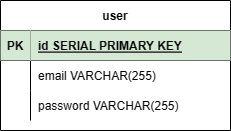
Before: erd.drawio.png, a diagram exported from draw.io (JonDmc/Project2). Source tidied: cells renumbered, new cells last; positions are measured from the earlier drawing's top-left corner, leaving out a move shared by most shapes. The source it was exported from:
```xml
<mxGraphModel>
  <root>
    <mxCell id="0" />
    <mxCell id="1" parent="0" />
    <mxCell id="2" value="user" style="shape=table;startSize=30;rowLines=0;fontStyle=1;align=center;" parent="1" vertex="1">
      <mxGeometry width="230" height="130" as="geometry" />
    </mxCell>
    <mxCell id="3" style="shape=tableRow;horizontal=0;startSize=0;swimlaneHead=0;swimlaneBody=0;fillColor=none;points=[[0,0.5],[1,0.5]];portConstraint=eastwest;top=0;left=0;right=0;bottom=1;" parent="2" vertex="1">
      <mxGeometry y="30" width="230" height="30" as="geometry" />
    </mxCell>
    <mxCell id="4" value="PK" style="shape=partialRectangle;fillColor=#d5e8d4;top=0;left=0;bottom=0;right=0;fontStyle=1;overflow=hidden;strokeColor=#82b366;" parent="3" vertex="1">
      <mxGeometry width="30" height="30" as="geometry" />
    </mxCell>
    <mxCell id="5" value="id SERIAL PRIMARY KEY" style="shape=partialRectangle;fillColor=#d5e8d4;top=0;left=0;bottom=0;right=0;align=left;spacingLeft=6;fontStyle=5;overflow=hidden;strokeColor=#82b366;" parent="3" vertex="1">
      <mxGeometry x="30" width="200" height="30" as="geometry" />
    </mxCell>
    <mxCell id="6" style="shape=tableRow;horizontal=0;startSize=0;swimlaneHead=0;swimlaneBody=0;fillColor=none;top=0;left=0;right=0;bottom=0;" parent="2" vertex="1">
      <mxGeometry y="60" width="230" height="30" as="geometry" />
    </mxCell>
    <mxCell id="7" style="shape=partialRectangle;fillColor=none;top=0;left=0;bottom=0;right=0;overflow=hidden;" parent="6" vertex="1">
      <mxGeometry width="30" height="30" as="geometry" />
    </mxCell>
    <mxCell id="8" value="email VARCHAR(255)" style="shape=partialRectangle;fillColor=none;top=0;left=0;bottom=0;right=0;align=left;spacingLeft=6;overflow=hidden;" parent="6" vertex="1">
      <mxGeometry x="30" width="200" height="30" as="geometry" />
    </mxCell>
    <mxCell id="9" style="shape=tableRow;horizontal=0;startSize=0;swimlaneHead=0;swimlaneBody=0;fillColor=none;top=0;left=0;right=0;bottom=0;" parent="2" vertex="1">
      <mxGeometry y="90" width="230" height="30" as="geometry" />
    </mxCell>
    <mxCell id="10" style="shape=partialRectangle;fillColor=none;top=0;left=0;bottom=0;right=0;overflow=hidden;" parent="9" vertex="1">
      <mxGeometry width="30" height="30" as="geometry" />
    </mxCell>
    <mxCell id="11" value="password VARCHAR(255)" style="shape=partialRectangle;fillColor=none;top=0;left=0;bottom=0;right=0;align=left;spacingLeft=6;overflow=hidden;" parent="9" vertex="1">
      <mxGeometry x="30" width="200" height="30" as="geometry" />
    </mxCell>
  </root>
</mxGraphModel>
```
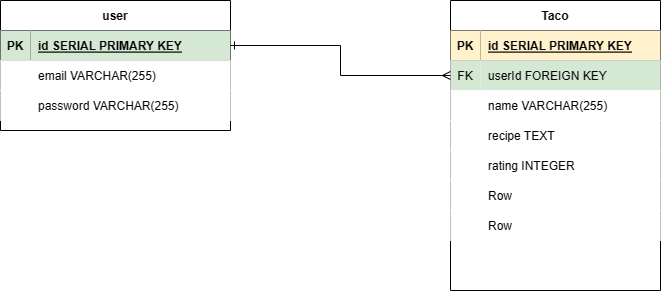
The same diagram one commit later.

What changed in the source:
```diff
@@ -14,23 +14,92 @@
     <mxCell id="5" value="id SERIAL PRIMARY KEY" style="shape=partialRectangle;fillColor=#d5e8d4;top=0;left=0;bottom=0;right=0;align=left;spacingLeft=6;fontStyle=5;overflow=hidden;strokeColor=#82b366;" parent="3" vertex="1">
       <mxGeometry x="30" width="200" height="30" as="geometry" />
     </mxCell>
-    <mxCell id="6" style="shape=tableRow;horizontal=0;startSize=0;swimlaneHead=0;swimlaneBody=0;fillColor=none;top=0;left=0;right=0;bottom=0;" parent="2" vertex="1">
+    <mxCell id="6" style="shape=tableRow;horizontal=0;startSize=0;swimlaneHead=0;swimlaneBody=0;top=0;left=0;right=0;bottom=0;" parent="2" vertex="1">
       <mxGeometry y="60" width="230" height="30" as="geometry" />
     </mxCell>
-    <mxCell id="7" style="shape=partialRectangle;fillColor=none;top=0;left=0;bottom=0;right=0;overflow=hidden;" parent="6" vertex="1">
+    <mxCell id="7" style="shape=partialRectangle;top=0;left=0;bottom=0;right=0;overflow=hidden;" parent="6" vertex="1">
       <mxGeometry width="30" height="30" as="geometry" />
     </mxCell>
-    <mxCell id="8" value="email VARCHAR(255)" style="shape=partialRectangle;fillColor=none;top=0;left=0;bottom=0;right=0;align=left;spacingLeft=6;overflow=hidden;" parent="6" vertex="1">
+    <mxCell id="8" value="email VARCHAR(255)" style="shape=partialRectangle;top=0;left=0;bottom=0;right=0;align=left;spacingLeft=6;overflow=hidden;" parent="6" vertex="1">
       <mxGeometry x="30" width="200" height="30" as="geometry" />
     </mxCell>
-    <mxCell id="9" style="shape=tableRow;horizontal=0;startSize=0;swimlaneHead=0;swimlaneBody=0;fillColor=none;top=0;left=0;right=0;bottom=0;" parent="2" vertex="1">
+    <mxCell id="9" style="shape=tableRow;horizontal=0;startSize=0;swimlaneHead=0;swimlaneBody=0;top=0;left=0;right=0;bottom=0;" parent="2" vertex="1">
       <mxGeometry y="90" width="230" height="30" as="geometry" />
     </mxCell>
-    <mxCell id="10" style="shape=partialRectangle;fillColor=none;top=0;left=0;bottom=0;right=0;overflow=hidden;" parent="9" vertex="1">
+    <mxCell id="10" style="shape=partialRectangle;top=0;left=0;bottom=0;right=0;overflow=hidden;" parent="9" vertex="1">
       <mxGeometry width="30" height="30" as="geometry" />
     </mxCell>
-    <mxCell id="11" value="password VARCHAR(255)" style="shape=partialRectangle;fillColor=none;top=0;left=0;bottom=0;right=0;align=left;spacingLeft=6;overflow=hidden;" parent="9" vertex="1">
+    <mxCell id="11" value="password VARCHAR(255)" style="shape=partialRectangle;top=0;left=0;bottom=0;right=0;align=left;spacingLeft=6;overflow=hidden;" parent="9" vertex="1">
       <mxGeometry x="30" width="200" height="30" as="geometry" />
     </mxCell>
+    <mxCell id="12" value="Taco" style="shape=table;startSize=30;rowLines=0;fontStyle=1;align=center;" parent="1" vertex="1">
+      <mxGeometry x="450" width="210" height="290" as="geometry" />
+    </mxCell>
+    <mxCell id="13" style="shape=tableRow;horizontal=0;startSize=0;swimlaneHead=0;swimlaneBody=0;fillColor=none;top=0;left=0;right=0;bottom=1;" parent="12" vertex="1">
+      <mxGeometry y="30" width="210" height="30" as="geometry" />
+    </mxCell>
+    <mxCell id="14" value="PK" style="shape=partialRectangle;fillColor=#fff2cc;top=0;left=0;bottom=0;right=0;fontStyle=1;overflow=hidden;strokeColor=#d6b656;" parent="13" vertex="1">
+      <mxGeometry width="30" height="30" as="geometry" />
+    </mxCell>
+    <mxCell id="15" value="id SERIAL PRIMARY KEY" style="shape=partialRectangle;fillColor=#fff2cc;top=0;left=0;bottom=0;right=0;align=left;spacingLeft=6;fontStyle=5;overflow=hidden;strokeColor=#d6b656;" parent="13" vertex="1">
+      <mxGeometry x="30" width="180" height="30" as="geometry" />
+    </mxCell>
+    <mxCell id="16" style="shape=tableRow;horizontal=0;startSize=0;swimlaneHead=0;swimlaneBody=0;points=[[0,0.5],[1,0.5]];portConstraint=eastwest;top=0;left=0;right=0;bottom=0;" parent="12" vertex="1">
+      <mxGeometry y="60" width="210" height="30" as="geometry" />
+    </mxCell>
+    <mxCell id="17" value="FK" style="shape=partialRectangle;top=0;left=0;bottom=0;right=0;fontStyle=0;overflow=hidden;fillColor=#d5e8d4;strokeColor=#82b366;" parent="16" vertex="1">
+      <mxGeometry width="30" height="30" as="geometry" />
+    </mxCell>
+    <mxCell id="18" value="userId FOREIGN KEY" style="shape=partialRectangle;top=0;left=0;bottom=0;right=0;align=left;spacingLeft=6;fontStyle=0;overflow=hidden;fillColor=#d5e8d4;strokeColor=#82b366;" parent="16" vertex="1">
+      <mxGeometry x="30" width="180" height="30" as="geometry" />
+    </mxCell>
+    <mxCell id="19" style="shape=tableRow;horizontal=0;startSize=0;swimlaneHead=0;swimlaneBody=0;top=0;left=0;right=0;bottom=0;" parent="12" vertex="1">
+      <mxGeometry y="90" width="210" height="30" as="geometry" />
+    </mxCell>
+    <mxCell id="20" style="shape=partialRectangle;top=0;left=0;bottom=0;right=0;overflow=hidden;" parent="19" vertex="1">
+      <mxGeometry width="30" height="30" as="geometry" />
+    </mxCell>
+    <mxCell id="21" value="name VARCHAR(255)" style="shape=partialRectangle;top=0;left=0;bottom=0;right=0;align=left;spacingLeft=6;overflow=hidden;" parent="19" vertex="1">
+      <mxGeometry x="30" width="180" height="30" as="geometry" />
+    </mxCell>
+    <mxCell id="22" style="shape=tableRow;horizontal=0;startSize=0;swimlaneHead=0;swimlaneBody=0;top=0;left=0;right=0;bottom=0;" parent="12" vertex="1">
+      <mxGeometry y="120" width="210" height="30" as="geometry" />
+    </mxCell>
+    <mxCell id="23" style="shape=partialRectangle;top=0;left=0;bottom=0;right=0;overflow=hidden;" parent="22" vertex="1">
+      <mxGeometry width="30" height="30" as="geometry" />
+    </mxCell>
+    <mxCell id="24" value="recipe TEXT" style="shape=partialRectangle;top=0;left=0;bottom=0;right=0;align=left;spacingLeft=6;overflow=hidden;" parent="22" vertex="1">
+      <mxGeometry x="30" width="180" height="30" as="geometry" />
+    </mxCell>
+    <mxCell id="25" style="shape=tableRow;horizontal=0;startSize=0;swimlaneHead=0;swimlaneBody=0;top=0;left=0;right=0;bottom=0;" parent="12" vertex="1">
+      <mxGeometry y="150" width="210" height="30" as="geometry" />
+    </mxCell>
+    <mxCell id="26" style="shape=partialRectangle;top=0;left=0;bottom=0;right=0;overflow=hidden;" parent="25" vertex="1">
+      <mxGeometry width="30" height="30" as="geometry" />
+    </mxCell>
+    <mxCell id="27" value="rating INTEGER" style="shape=partialRectangle;top=0;left=0;bottom=0;right=0;align=left;spacingLeft=6;overflow=hidden;" parent="25" vertex="1">
+      <mxGeometry x="30" width="180" height="30" as="geometry" />
+    </mxCell>
+    <mxCell id="28" style="shape=tableRow;horizontal=0;startSize=0;swimlaneHead=0;swimlaneBody=0;top=0;left=0;right=0;bottom=0;" parent="12" vertex="1">
+      <mxGeometry y="180" width="210" height="30" as="geometry" />
+    </mxCell>
+    <mxCell id="29" style="shape=partialRectangle;top=0;left=0;bottom=0;right=0;overflow=hidden;" parent="28" vertex="1">
+      <mxGeometry width="30" height="30" as="geometry" />
+    </mxCell>
+    <mxCell id="30" value="Row" style="shape=partialRectangle;top=0;left=0;bottom=0;right=0;align=left;spacingLeft=6;overflow=hidden;" parent="28" vertex="1">
+      <mxGeometry x="30" width="180" height="30" as="geometry" />
+    </mxCell>
+    <mxCell id="31" style="shape=tableRow;horizontal=0;startSize=0;swimlaneHead=0;swimlaneBody=0;top=0;left=0;right=0;bottom=0;" parent="12" vertex="1">
+      <mxGeometry y="210" width="210" height="30" as="geometry" />
+    </mxCell>
+    <mxCell id="32" style="shape=partialRectangle;top=0;left=0;bottom=0;right=0;overflow=hidden;" parent="31" vertex="1">
+      <mxGeometry width="30" height="30" as="geometry" />
+    </mxCell>
+    <mxCell id="33" value="Row" style="shape=partialRectangle;top=0;left=0;bottom=0;right=0;align=left;spacingLeft=6;overflow=hidden;" parent="31" vertex="1">
+      <mxGeometry x="30" width="180" height="30" as="geometry" />
+    </mxCell>
+    <mxCell id="34" style="edgeStyle=orthogonalEdgeStyle;rounded=0;jettySize=auto;html=1;exitX=1;exitY=0.5;exitDx=0;exitDy=0;endArrow=ERmany;endFill=0;entryX=0;entryY=0.5;entryDx=0;entryDy=0;startArrow=ERone;startFill=0;" parent="1" edge="1" source="3" target="16">
+      <mxGeometry relative="1" as="geometry" />
+    </mxCell>
   </root>
 </mxGraphModel>
```
